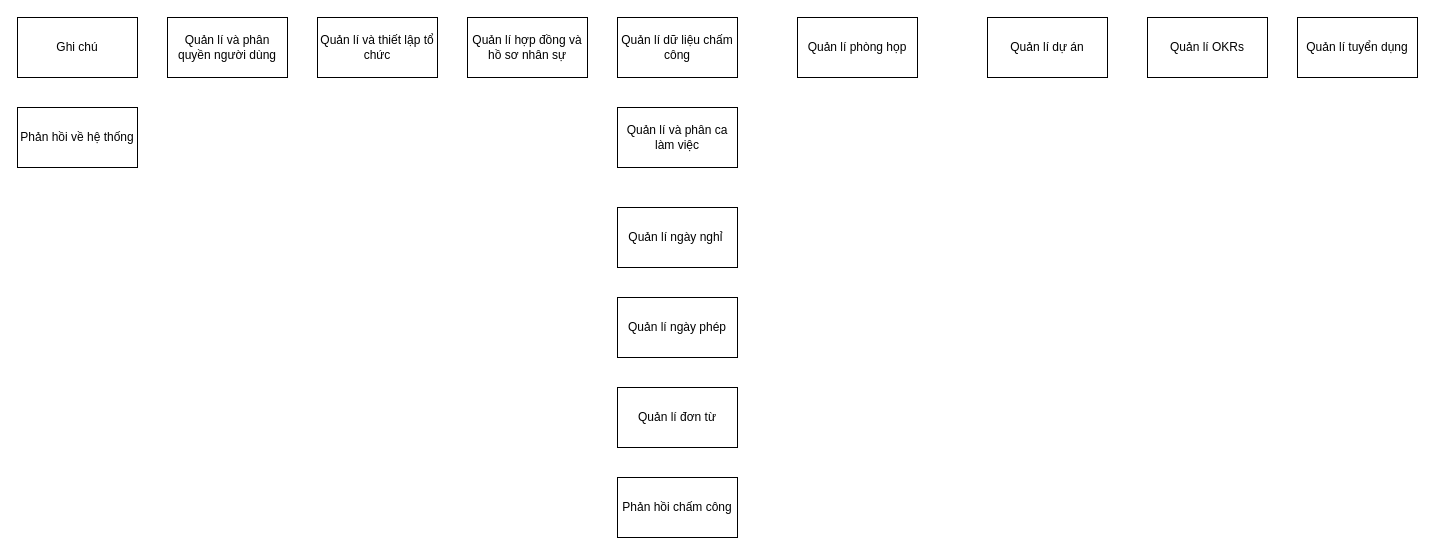
The draw.io diagram [UserStoryMap] Rabiloo HRM.drawio in b0bby0ne/business-analyst, before the edit. Source tidied: cells renumbered, new cells numbered last; positions are measured from the earlier drawing's top-left corner, leaving out a move shared by most shapes. Both pictures are drawn from the tidied source at 100%, with x=0, y=0 at pixel (17, 17).
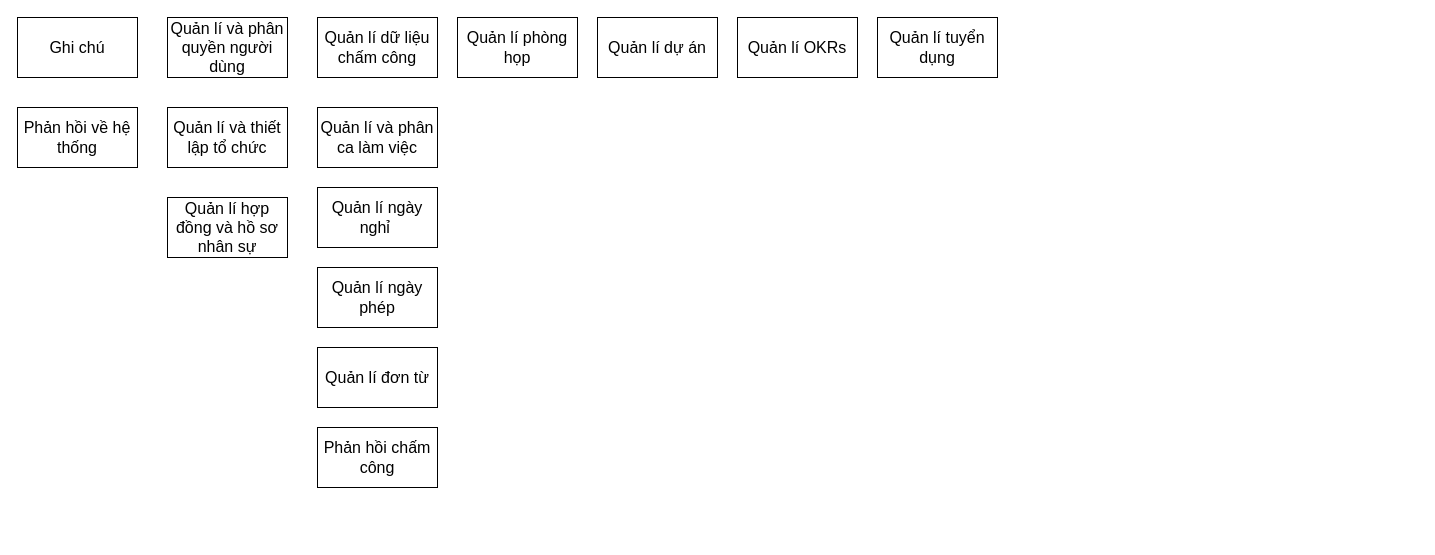
The same page after the edit.

Diff of the diagram source:
```diff
@@
 <mxGraphModel>
   <root>
     <mxCell id="0" />
     <mxCell id="1" parent="0" />
-    <mxCell id="2" value="Ghi chú" style="rounded=0;whiteSpace=wrap;html=1;" parent="1" vertex="1">
+    <mxCell id="2" value="Ghi chú" style="rounded=0;whiteSpace=wrap;html=1;fontSize=16;" parent="1" vertex="1">
       <mxGeometry width="120" height="60" as="geometry" />
     </mxCell>
-    <mxCell id="3" value="Quản lí và thiết lập tổ chức" style="rounded=0;whiteSpace=wrap;html=1;" parent="1" vertex="1">
-      <mxGeometry x="300" width="120" height="60" as="geometry" />
+    <mxCell id="3" value="Quản lí và thiết lập tổ chức" style="rounded=0;whiteSpace=wrap;html=1;fontSize=16;" parent="1" vertex="1">
+      <mxGeometry x="150" y="90" width="120" height="60" as="geometry" />
     </mxCell>
-    <mxCell id="4" value="Quản lí hợp đồng và hồ sơ nhân sự" style="rounded=0;whiteSpace=wrap;html=1;" parent="1" vertex="1">
-      <mxGeometry x="450" width="120" height="60" as="geometry" />
+    <mxCell id="4" value="Quản lí hợp đồng và hồ sơ nhân sự" style="rounded=0;whiteSpace=wrap;html=1;fontSize=16;" parent="1" vertex="1">
+      <mxGeometry x="150" y="180" width="120" height="60" as="geometry" />
     </mxCell>
-    <mxCell id="5" value="Quản lí và phân ca làm việc" style="rounded=0;whiteSpace=wrap;html=1;" parent="1" vertex="1">
-      <mxGeometry x="600" y="90" width="120" height="60" as="geometry" />
+    <mxCell id="5" value="Quản lí và phân ca làm việc" style="rounded=0;whiteSpace=wrap;html=1;fontSize=16;" parent="1" vertex="1">
+      <mxGeometry x="300" y="90" width="120" height="60" as="geometry" />
     </mxCell>
-    <mxCell id="6" value="Quản lí dữ liệu chấm công" style="rounded=0;whiteSpace=wrap;html=1;" parent="1" vertex="1">
-      <mxGeometry x="600" width="120" height="60" as="geometry" />
+    <mxCell id="6" value="Quản lí dữ liệu chấm công" style="rounded=0;whiteSpace=wrap;html=1;fontSize=16;" parent="1" vertex="1">
+      <mxGeometry x="300" width="120" height="60" as="geometry" />
     </mxCell>
-    <mxCell id="7" value="Quản lí ngày nghỉ&amp;nbsp;" style="rounded=0;whiteSpace=wrap;html=1;" parent="1" vertex="1">
-      <mxGeometry x="600" y="190" width="120" height="60" as="geometry" />
+    <mxCell id="7" value="Quản lí ngày nghỉ&amp;nbsp;" style="rounded=0;whiteSpace=wrap;html=1;fontSize=16;" parent="1" vertex="1">
+      <mxGeometry x="300" y="170" width="120" height="60" as="geometry" />
     </mxCell>
-    <mxCell id="8" value="Quản lí ngày phép" style="rounded=0;whiteSpace=wrap;html=1;" parent="1" vertex="1">
-      <mxGeometry x="600" y="280" width="120" height="60" as="geometry" />
+    <mxCell id="8" value="Quản lí ngày phép" style="rounded=0;whiteSpace=wrap;html=1;fontSize=16;" parent="1" vertex="1">
+      <mxGeometry x="300" y="250" width="120" height="60" as="geometry" />
     </mxCell>
-    <mxCell id="9" value="Quản lí đơn từ" style="rounded=0;whiteSpace=wrap;html=1;" parent="1" vertex="1">
-      <mxGeometry x="600" y="370" width="120" height="60" as="geometry" />
+    <mxCell id="9" value="Quản lí đơn từ" style="rounded=0;whiteSpace=wrap;html=1;fontSize=16;" parent="1" vertex="1">
+      <mxGeometry x="300" y="330" width="120" height="60" as="geometry" />
     </mxCell>
-    <mxCell id="10" value="Quản lí phòng họp" style="rounded=0;whiteSpace=wrap;html=1;" parent="1" vertex="1">
-      <mxGeometry x="780" width="120" height="60" as="geometry" />
+    <mxCell id="10" value="Quản lí phòng họp" style="rounded=0;whiteSpace=wrap;html=1;fontSize=16;" parent="1" vertex="1">
+      <mxGeometry x="440" width="120" height="60" as="geometry" />
     </mxCell>
-    <mxCell id="11" value="Quản lí dự án" style="rounded=0;whiteSpace=wrap;html=1;" parent="1" vertex="1">
-      <mxGeometry x="970" width="120" height="60" as="geometry" />
+    <mxCell id="11" value="Quản lí dự án" style="rounded=0;whiteSpace=wrap;html=1;fontSize=16;" parent="1" vertex="1">
+      <mxGeometry x="580" width="120" height="60" as="geometry" />
     </mxCell>
-    <mxCell id="12" value="Quản lí OKRs" style="rounded=0;whiteSpace=wrap;html=1;" parent="1" vertex="1">
-      <mxGeometry x="1130" width="120" height="60" as="geometry" />
+    <mxCell id="12" value="Quản lí OKRs" style="rounded=0;whiteSpace=wrap;html=1;fontSize=16;" parent="1" vertex="1">
+      <mxGeometry x="720" width="120" height="60" as="geometry" />
     </mxCell>
-    <mxCell id="13" value="Quản lí tuyển dụng" style="rounded=0;whiteSpace=wrap;html=1;" parent="1" vertex="1">
-      <mxGeometry x="1280" width="120" height="60" as="geometry" />
+    <mxCell id="13" value="Quản lí tuyển dụng" style="rounded=0;whiteSpace=wrap;html=1;fontSize=16;" parent="1" vertex="1">
+      <mxGeometry x="860" width="120" height="60" as="geometry" />
     </mxCell>
-    <mxCell id="14" value="Quản lí và phân quyền người dùng" style="whiteSpace=wrap;html=1;" parent="1" vertex="1">
+    <mxCell id="14" value="Quản lí và phân quyền người dùng" style="whiteSpace=wrap;html=1;fontSize=16;" parent="1" vertex="1">
       <mxGeometry x="150" width="120" height="60" as="geometry" />
     </mxCell>
-    <mxCell id="15" value="Phản hồi về hệ thống" style="whiteSpace=wrap;html=1;" parent="1" vertex="1">
+    <mxCell id="15" value="Phản hồi về hệ thống" style="whiteSpace=wrap;html=1;fontSize=16;" parent="1" vertex="1">
       <mxGeometry y="90" width="120" height="60" as="geometry" />
     </mxCell>
-    <mxCell id="16" value="Phản hồi chấm công" style="whiteSpace=wrap;html=1;" parent="1" vertex="1">
-      <mxGeometry x="600" y="460" width="120" height="60" as="geometry" />
+    <mxCell id="16" value="Phản hồi chấm công" style="whiteSpace=wrap;html=1;fontSize=16;" parent="1" vertex="1">
+      <mxGeometry x="300" y="410" width="120" height="60" as="geometry" />
     </mxCell>
   </root>
 </mxGraphModel>
```
